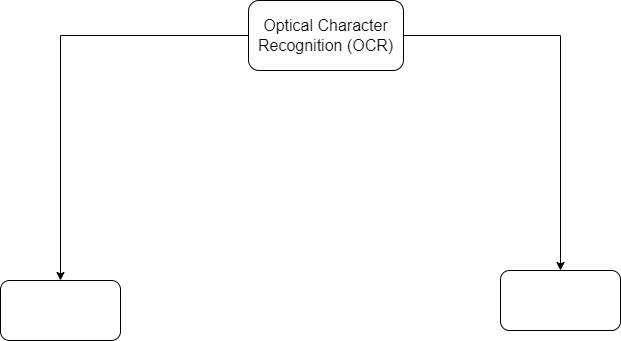
This is flowchart1.drawio.png from itay830/MABAT-Flowchart, a draw.io export, as it was before one commit. Source tidied: cells renumbered, new cells last; positions are measured from the earlier drawing's top-left corner, leaving out a move shared by most shapes. Its diagram source:
```xml
<mxGraphModel>
  <root>
    <mxCell id="0" />
    <mxCell id="1" parent="0" />
    <mxCell id="2" style="edgeStyle=orthogonalEdgeStyle;rounded=0;jettySize=auto;html=1;exitX=1;exitY=0.5;exitDx=0;exitDy=0;" parent="1" edge="1" source="4" target="6">
      <mxGeometry relative="1" as="geometry" />
    </mxCell>
    <mxCell id="3" style="edgeStyle=orthogonalEdgeStyle;rounded=0;jettySize=auto;html=1;" parent="1" edge="1" source="4" target="5">
      <mxGeometry relative="1" as="geometry" />
    </mxCell>
    <mxCell id="4" value="&lt;p dir=&quot;RTL&quot; class=&quot;MsoNormal&quot;&gt;&lt;span style=&quot;font-size:12.0pt;font-family:&lt;br/&gt;&amp;quot;David&amp;quot;,sans-serif&quot; dir=&quot;LTR&quot;&gt;Optical Character Recognition (OCR)&lt;/span&gt;&lt;/p&gt;" style="rounded=1;whiteSpace=wrap;html=1;" parent="1" vertex="1">
      <mxGeometry x="248" width="155" height="70" as="geometry" />
    </mxCell>
    <mxCell id="5" style="rounded=1;whiteSpace=wrap;html=1;" parent="1" vertex="1">
      <mxGeometry y="280" width="120" height="60" as="geometry" />
    </mxCell>
    <mxCell id="6" style="rounded=1;whiteSpace=wrap;html=1;" parent="1" vertex="1">
      <mxGeometry x="500" y="270" width="120" height="60" as="geometry" />
    </mxCell>
  </root>
</mxGraphModel>
```
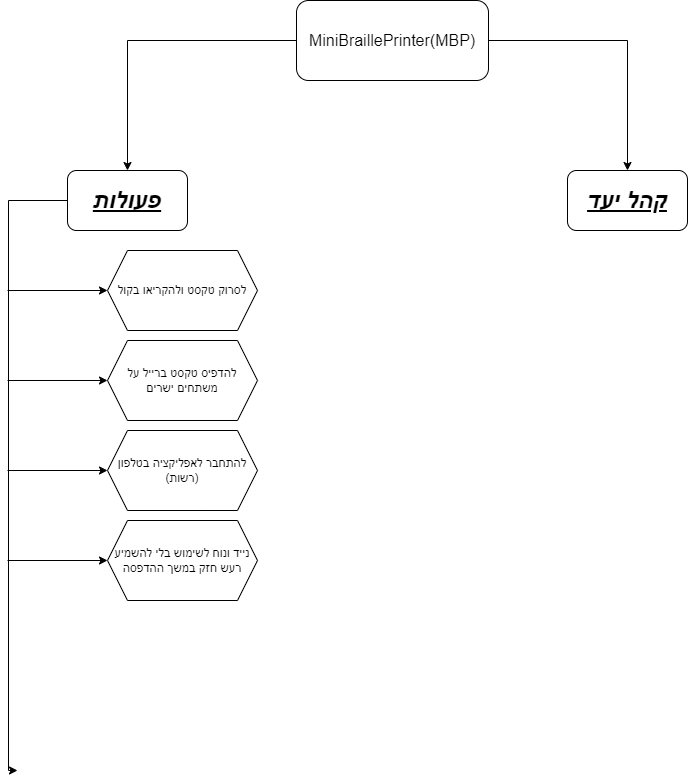
After the change.

The edit, as a diff of the source:
```diff
@@ -8,14 +8,54 @@
     <mxCell id="3" style="edgeStyle=orthogonalEdgeStyle;rounded=0;jettySize=auto;html=1;" parent="1" edge="1" source="4" target="5">
       <mxGeometry relative="1" as="geometry" />
     </mxCell>
-    <mxCell id="4" value="&lt;p dir=&quot;RTL&quot; class=&quot;MsoNormal&quot;&gt;&lt;span style=&quot;font-size:12.0pt;font-family:&lt;br/&gt;&amp;quot;David&amp;quot;,sans-serif&quot; dir=&quot;LTR&quot;&gt;Optical Character Recognition (OCR)&lt;/span&gt;&lt;/p&gt;" style="rounded=1;whiteSpace=wrap;html=1;" parent="1" vertex="1">
-      <mxGeometry x="248" width="155" height="70" as="geometry" />
+    <mxCell id="4" value="&lt;p dir=&quot;RTL&quot; class=&quot;MsoNormal&quot;&gt;&lt;span style=&quot;font-size:12.0pt;font-family:&lt;br/&gt;&amp;quot;David&amp;quot;,sans-serif&quot; dir=&quot;LTR&quot;&gt;MiniBraillePrinter(MBP)&lt;/span&gt;&lt;/p&gt;" style="rounded=1;whiteSpace=wrap;html=1;" parent="1" vertex="1">
+      <mxGeometry x="229" y="-30" width="192" height="80" as="geometry" />
     </mxCell>
+    <mxCell id="7" style="edgeStyle=orthogonalEdgeStyle;rounded=0;jettySize=auto;html=1;exitX=0;exitY=0.5;exitDx=0;exitDy=0;" parent="1" edge="1" source="5">
+      <mxGeometry relative="1" as="geometry">
+        <mxPoint x="-50" y="740" as="targetPoint" />
+        <Array as="points">
+          <mxPoint x="-59" y="170" />
+        </Array>
+      </mxGeometry>
+    </mxCell>
-    <mxCell id="5" style="rounded=1;whiteSpace=wrap;html=1;" parent="1" vertex="1">
-      <mxGeometry y="280" width="120" height="60" as="geometry" />
+    <mxCell id="5" value="&lt;h1&gt;&lt;i&gt;&lt;u&gt;פעולות&lt;/u&gt;&lt;/i&gt;&lt;/h1&gt;" style="rounded=1;whiteSpace=wrap;html=1;" parent="1" vertex="1">
+      <mxGeometry y="140" width="120" height="60" as="geometry" />
     </mxCell>
-    <mxCell id="6" style="rounded=1;whiteSpace=wrap;html=1;" parent="1" vertex="1">
-      <mxGeometry x="500" y="270" width="120" height="60" as="geometry" />
+    <mxCell id="6" value="&lt;h1&gt;&lt;i&gt;&lt;u&gt;קהל יעד&lt;/u&gt;&lt;/i&gt;&lt;/h1&gt;" style="rounded=1;whiteSpace=wrap;html=1;" parent="1" vertex="1">
+      <mxGeometry x="500" y="140" width="120" height="60" as="geometry" />
     </mxCell>
+    <mxCell id="8" style="endArrow=classic;html=1;rounded=0;entryX=0;entryY=0.5;entryDx=0;entryDy=0;" parent="1" edge="1" target="10">
+      <mxGeometry relative="1" as="geometry">
+        <mxPoint x="-60" y="260" as="sourcePoint" />
+      </mxGeometry>
+    </mxCell>
+    <mxCell id="9" style="endArrow=classic;html=1;rounded=0;entryX=0;entryY=0.5;entryDx=0;entryDy=0;" parent="1" edge="1" target="11">
+      <mxGeometry relative="1" as="geometry">
+        <mxPoint x="-60" y="350" as="sourcePoint" />
+      </mxGeometry>
+    </mxCell>
+    <mxCell id="10" value="לסרוק טקסט ולהקריאו בקול" style="shape=hexagon;perimeter=hexagonPerimeter2;whiteSpace=wrap;html=1;fixedSize=1;" parent="1" vertex="1">
+      <mxGeometry x="40" y="220" width="150" height="80" as="geometry" />
+    </mxCell>
+    <mxCell id="11" value="להדפיס טקסט ברייל על משתחים ישרים" style="shape=hexagon;perimeter=hexagonPerimeter2;whiteSpace=wrap;html=1;fixedSize=1;" parent="1" vertex="1">
+      <mxGeometry x="40" y="310" width="150" height="80" as="geometry" />
+    </mxCell>
+    <mxCell id="12" style="endArrow=classic;html=1;rounded=0;entryX=0;entryY=0.5;entryDx=0;entryDy=0;" parent="1" edge="1" target="13">
+      <mxGeometry relative="1" as="geometry">
+        <mxPoint x="-60" y="440" as="sourcePoint" />
+      </mxGeometry>
+    </mxCell>
+    <mxCell id="13" value="להתחבר לאפליקציה בטלפון (רשות)" style="shape=hexagon;perimeter=hexagonPerimeter2;whiteSpace=wrap;html=1;fixedSize=1;" parent="1" vertex="1">
+      <mxGeometry x="40" y="400" width="150" height="80" as="geometry" />
+    </mxCell>
+    <mxCell id="14" style="endArrow=classic;html=1;rounded=0;entryX=0;entryY=0.5;entryDx=0;entryDy=0;" parent="1" edge="1" target="15">
+      <mxGeometry relative="1" as="geometry">
+        <mxPoint x="-60" y="530" as="sourcePoint" />
+      </mxGeometry>
+    </mxCell>
+    <mxCell id="15" value="נייד ונוח לשימוש בלי להשמיע רעש חזק במשך ההדפסה" style="shape=hexagon;perimeter=hexagonPerimeter2;whiteSpace=wrap;html=1;fixedSize=1;" parent="1" vertex="1">
+      <mxGeometry x="40" y="490" width="150" height="80" as="geometry" />
+    </mxCell>
   </root>
 </mxGraphModel>
```
